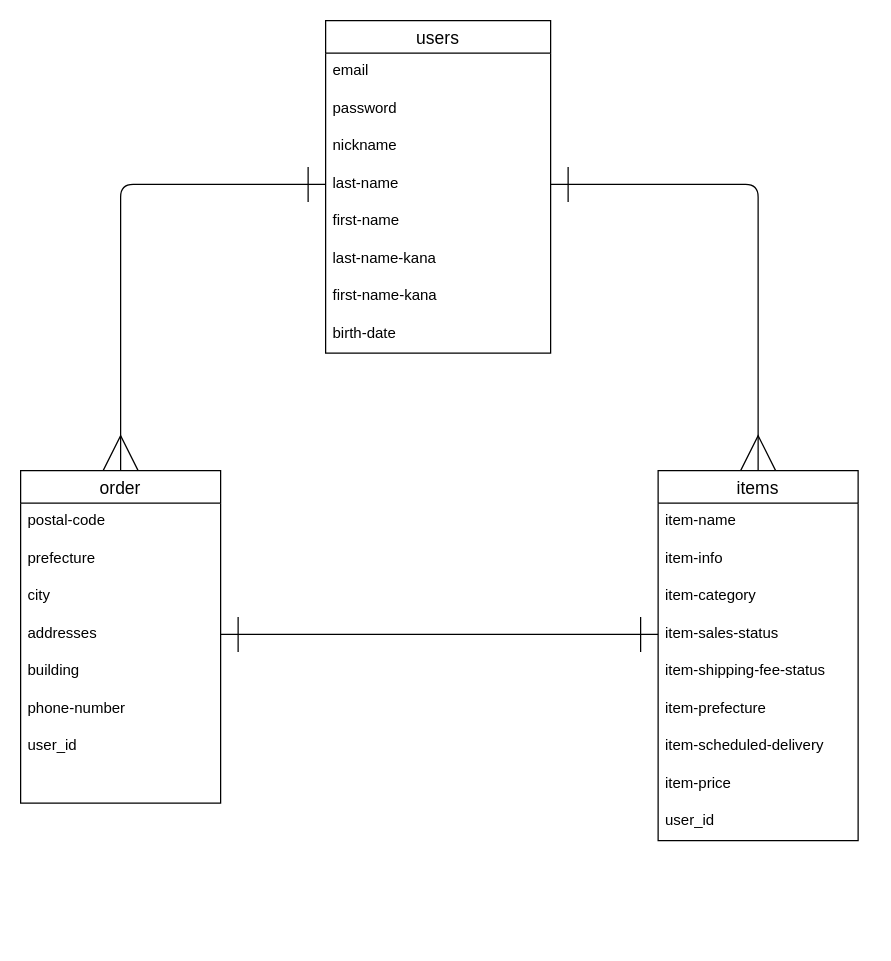
This is ER.dio from bignyokki/furima-37333, a draw.io file, before an edit. Source tidied: cells renumbered, new cells numbered last; positions are measured from the earlier drawing's top-left corner, leaving out a move shared by most shapes. Both pictures are drawn from the tidied source at 125%, with x=0, y=0 at pixel (20, 20).
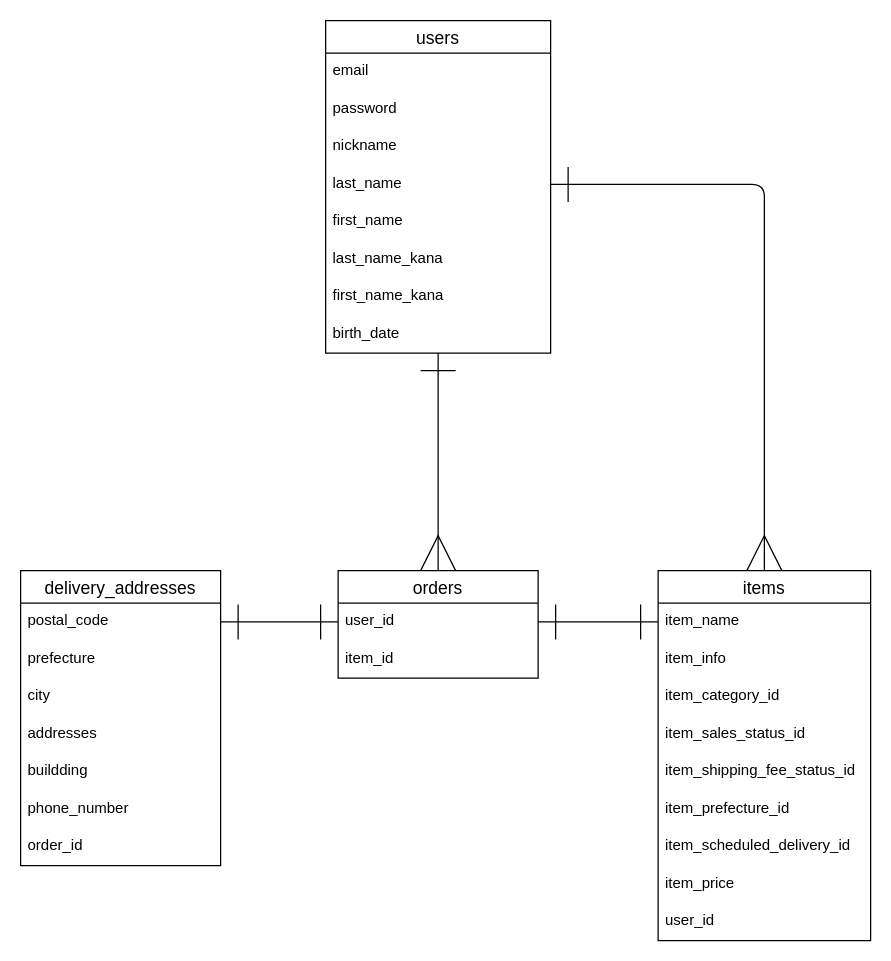
The same page after the edit.

Commit message (it also covers changes not shown here):
テーブル設計の修正

Unchanged cells that the change refers to:
```xml
<mxCell id="2" value="users" style="swimlane;fontStyle=0;horizontal=1;startSize=26;align=center;fontSize=14;" parent="1" vertex="1">
  <mxGeometry x="244" width="180" height="266" as="geometry" />
</mxCell>
```

Diff of the diagram source:
```diff
@@
-    <mxCell id="6" value="last-name" style="text;strokeColor=none;fillColor=none;spacingLeft=4;spacingRight=4;overflow=hidden;points=[[0,0.5],[1,0.5]];portConstraint=eastwest;fontSize=12;" parent="2" vertex="1">
+    <mxCell id="6" value="last_name" style="text;strokeColor=none;fillColor=none;spacingLeft=4;spacingRight=4;overflow=hidden;points=[[0,0.5],[1,0.5]];portConstraint=eastwest;fontSize=12;" parent="2" vertex="1">
       <mxGeometry y="116" width="180" height="30" as="geometry" />
     </mxCell>
-    <mxCell id="7" value="first-name" style="text;strokeColor=none;fillColor=none;spacingLeft=4;spacingRight=4;overflow=hidden;fontSize=12;" parent="2" vertex="1">
+    <mxCell id="7" value="first_name" style="text;strokeColor=none;fillColor=none;spacingLeft=4;spacingRight=4;overflow=hidden;fontSize=12;" parent="2" vertex="1">
       <mxGeometry y="146" width="180" height="30" as="geometry" />
     </mxCell>
-    <mxCell id="8" value="last-name-kana" style="text;strokeColor=none;fillColor=none;spacingLeft=4;spacingRight=4;overflow=hidden;fontSize=12;" parent="2" vertex="1">
+    <mxCell id="8" value="last_name_kana" style="text;strokeColor=none;fillColor=none;spacingLeft=4;spacingRight=4;overflow=hidden;fontSize=12;" parent="2" vertex="1">
       <mxGeometry y="176" width="180" height="30" as="geometry" />
     </mxCell>
-    <mxCell id="9" value="first-name-kana" style="text;strokeColor=none;fillColor=none;spacingLeft=4;spacingRight=4;overflow=hidden;fontSize=12;" parent="2" vertex="1">
+    <mxCell id="9" value="first_name_kana" style="text;strokeColor=none;fillColor=none;spacingLeft=4;spacingRight=4;overflow=hidden;fontSize=12;" parent="2" vertex="1">
       <mxGeometry y="206" width="180" height="30" as="geometry" />
     </mxCell>
-    <mxCell id="10" value="birth-date" style="text;strokeColor=none;fillColor=none;spacingLeft=4;spacingRight=4;overflow=hidden;points=[[0,0.5],[1,0.5]];portConstraint=eastwest;fontSize=12;" parent="2" vertex="1">
+    <mxCell id="10" value="birth_date" style="text;strokeColor=none;fillColor=none;spacingLeft=4;spacingRight=4;overflow=hidden;points=[[0,0.5],[1,0.5]];portConstraint=eastwest;fontSize=12;" parent="2" vertex="1">
       <mxGeometry y="236" width="180" height="30" as="geometry" />
     </mxCell>
@@
     <mxCell id="12" value="items" style="swimlane;fontStyle=0;horizontal=1;startSize=26;align=center;fontSize=14;" parent="1" vertex="1">
-      <mxGeometry x="510" y="360" width="160" height="296" as="geometry" />
+      <mxGeometry x="510" y="440" width="170" height="296" as="geometry" />
     </mxCell>
-    <mxCell id="13" value="item-name" style="text;strokeColor=none;fillColor=none;spacingLeft=4;spacingRight=4;overflow=hidden;points=[[0,0.5],[1,0.5]];portConstraint=eastwest;fontSize=12;" parent="12" vertex="1">
-      <mxGeometry y="26" width="160" height="30" as="geometry" />
+    <mxCell id="13" value="item_name" style="text;strokeColor=none;fillColor=none;spacingLeft=4;spacingRight=4;overflow=hidden;points=[[0,0.5],[1,0.5]];portConstraint=eastwest;fontSize=12;" parent="12" vertex="1">
+      <mxGeometry y="26" width="170" height="30" as="geometry" />
     </mxCell>
-    <mxCell id="14" value="item-info" style="text;strokeColor=none;fillColor=none;spacingLeft=4;spacingRight=4;overflow=hidden;fontSize=12;" parent="12" vertex="1">
-      <mxGeometry y="56" width="160" height="30" as="geometry" />
+    <mxCell id="14" value="item_info" style="text;strokeColor=none;fillColor=none;spacingLeft=4;spacingRight=4;overflow=hidden;fontSize=12;" parent="12" vertex="1">
+      <mxGeometry y="56" width="170" height="30" as="geometry" />
     </mxCell>
-    <mxCell id="15" value="item-category" style="text;strokeColor=none;fillColor=none;spacingLeft=4;spacingRight=4;overflow=hidden;fontSize=12;" parent="12" vertex="1">
-      <mxGeometry y="86" width="160" height="30" as="geometry" />
+    <mxCell id="15" value="item_category_id" style="text;strokeColor=none;fillColor=none;spacingLeft=4;spacingRight=4;overflow=hidden;fontSize=12;" parent="12" vertex="1">
+      <mxGeometry y="86" width="170" height="30" as="geometry" />
     </mxCell>
-    <mxCell id="16" value="item-sales-status" style="text;strokeColor=none;fillColor=none;spacingLeft=4;spacingRight=4;overflow=hidden;points=[[0,0.5],[1,0.5]];portConstraint=eastwest;fontSize=12;" parent="12" vertex="1">
-      <mxGeometry y="116" width="160" height="30" as="geometry" />
+    <mxCell id="16" value="item_sales_status_id" style="text;strokeColor=none;fillColor=none;spacingLeft=4;spacingRight=4;overflow=hidden;points=[[0,0.5],[1,0.5]];portConstraint=eastwest;fontSize=12;" parent="12" vertex="1">
+      <mxGeometry y="116" width="170" height="30" as="geometry" />
     </mxCell>
-    <mxCell id="17" value="item-shipping-fee-status" style="text;strokeColor=none;fillColor=none;spacingLeft=4;spacingRight=4;overflow=hidden;fontSize=12;" parent="12" vertex="1">
-      <mxGeometry y="146" width="160" height="30" as="geometry" />
+    <mxCell id="17" value="item_shipping_fee_status_id" style="text;strokeColor=none;fillColor=none;spacingLeft=4;spacingRight=4;overflow=hidden;fontSize=12;" parent="12" vertex="1">
+      <mxGeometry y="146" width="170" height="30" as="geometry" />
     </mxCell>
-    <mxCell id="18" value="item-prefecture" style="text;strokeColor=none;fillColor=none;spacingLeft=4;spacingRight=4;overflow=hidden;fontSize=12;" parent="12" vertex="1">
-      <mxGeometry y="176" width="160" height="30" as="geometry" />
+    <mxCell id="18" value="item_prefecture_id" style="text;strokeColor=none;fillColor=none;spacingLeft=4;spacingRight=4;overflow=hidden;fontSize=12;" parent="12" vertex="1">
+      <mxGeometry y="176" width="170" height="30" as="geometry" />
     </mxCell>
-    <mxCell id="19" value="item-scheduled-delivery" style="text;strokeColor=none;fillColor=none;spacingLeft=4;spacingRight=4;overflow=hidden;fontSize=12;" parent="12" vertex="1">
-      <mxGeometry y="206" width="160" height="30" as="geometry" />
+    <mxCell id="19" value="item_scheduled_delivery_id" style="text;strokeColor=none;fillColor=none;spacingLeft=4;spacingRight=4;overflow=hidden;fontSize=12;" parent="12" vertex="1">
+      <mxGeometry y="206" width="170" height="30" as="geometry" />
     </mxCell>
-    <mxCell id="20" value="item-price" style="text;strokeColor=none;fillColor=none;spacingLeft=4;spacingRight=4;overflow=hidden;fontSize=12;" parent="12" vertex="1">
-      <mxGeometry y="236" width="160" height="30" as="geometry" />
+    <mxCell id="20" value="item_price" style="text;strokeColor=none;fillColor=none;spacingLeft=4;spacingRight=4;overflow=hidden;fontSize=12;" parent="12" vertex="1">
+      <mxGeometry y="236" width="170" height="30" as="geometry" />
     </mxCell>
     <mxCell id="21" value="user_id" style="text;strokeColor=none;fillColor=none;spacingLeft=4;spacingRight=4;overflow=hidden;fontSize=12;" parent="12" vertex="1">
-      <mxGeometry y="266" width="160" height="30" as="geometry" />
+      <mxGeometry y="266" width="170" height="30" as="geometry" />
     </mxCell>
+    <mxCell id="33" style="edgeStyle=none;html=1;exitX=0.5;exitY=0;exitDx=0;exitDy=0;startArrow=ERmany;startFill=0;endSize=26;startSize=26;endArrow=ERone;endFill=0;" parent="1" edge="1" source="22" target="10">
+      <mxGeometry relative="1" as="geometry" />
+    </mxCell>
-    <mxCell id="22" value="order" style="swimlane;fontStyle=0;horizontal=1;startSize=26;align=center;fontSize=14;" parent="1" vertex="1">
-      <mxGeometry y="360" width="160" height="266" as="geometry" />
+    <mxCell id="22" value="orders" style="swimlane;fontStyle=0;horizontal=1;startSize=26;align=center;fontSize=14;" parent="1" vertex="1">
+      <mxGeometry x="254" y="440" width="160" height="86" as="geometry" />
     </mxCell>
-    <mxCell id="23" value="postal-code" style="text;strokeColor=none;fillColor=none;spacingLeft=4;spacingRight=4;overflow=hidden;points=[[0,0.5],[1,0.5]];portConstraint=eastwest;fontSize=12;" parent="22" vertex="1">
+    <mxCell id="23" value="user_id" style="text;strokeColor=none;fillColor=none;spacingLeft=4;spacingRight=4;overflow=hidden;points=[[0,0.5],[1,0.5]];portConstraint=eastwest;fontSize=12;" parent="22" vertex="1">
       <mxGeometry y="26" width="160" height="30" as="geometry" />
     </mxCell>
+    <mxCell id="34" value="item_id" style="text;strokeColor=none;fillColor=none;spacingLeft=4;spacingRight=4;overflow=hidden;fontSize=12;" parent="22" vertex="1">
+      <mxGeometry y="56" width="160" height="30" as="geometry" />
+    </mxCell>
+    <mxCell id="32" style="edgeStyle=orthogonalEdgeStyle;html=1;exitX=1;exitY=0.5;exitDx=0;exitDy=0;entryX=0;entryY=0.5;entryDx=0;entryDy=0;startArrow=ERone;startFill=0;endArrow=ERone;endFill=0;startSize=26;endSize=26;strokeColor=default;strokeWidth=1;" parent="1" edge="1" target="16">
+      <mxGeometry relative="1" as="geometry" />
+    </mxCell>
+    <mxCell id="35" value="delivery_addresses" style="swimlane;fontStyle=0;horizontal=1;startSize=26;align=center;fontSize=14;fontColor=default;" parent="1" vertex="1">
+      <mxGeometry y="440" width="160" height="236" as="geometry" />
+    </mxCell>
+    <mxCell id="36" value="postal_code" style="text;strokeColor=none;fillColor=none;spacingLeft=4;spacingRight=4;overflow=hidden;points=[[0,0.5],[1,0.5]];portConstraint=eastwest;fontSize=12;" parent="35" vertex="1">
+      <mxGeometry y="26" width="160" height="30" as="geometry" />
+    </mxCell>
-    <mxCell id="24" value="prefecture" style="text;strokeColor=none;fillColor=none;spacingLeft=4;spacingRight=4;overflow=hidden;fontSize=12;" parent="22" vertex="1">
+    <mxCell id="24" value="prefecture" style="text;strokeColor=none;fillColor=none;spacingLeft=4;spacingRight=4;overflow=hidden;fontSize=12;" parent="35" vertex="1">
       <mxGeometry y="56" width="160" height="30" as="geometry" />
     </mxCell>
-    <mxCell id="25" value="city" style="text;strokeColor=none;fillColor=none;spacingLeft=4;spacingRight=4;overflow=hidden;fontSize=12;" parent="22" vertex="1">
+    <mxCell id="25" value="city" style="text;strokeColor=none;fillColor=none;spacingLeft=4;spacingRight=4;overflow=hidden;fontSize=12;" parent="35" vertex="1">
       <mxGeometry y="86" width="160" height="30" as="geometry" />
     </mxCell>
-    <mxCell id="26" value="addresses" style="text;strokeColor=none;fillColor=none;spacingLeft=4;spacingRight=4;overflow=hidden;points=[[0,0.5],[1,0.5]];portConstraint=eastwest;fontSize=12;" parent="22" vertex="1">
+    <mxCell id="26" value="addresses" style="text;strokeColor=none;fillColor=none;spacingLeft=4;spacingRight=4;overflow=hidden;points=[[0,0.5],[1,0.5]];portConstraint=eastwest;fontSize=12;" parent="35" vertex="1">
       <mxGeometry y="116" width="160" height="30" as="geometry" />
     </mxCell>
-    <mxCell id="27" value="building" style="text;strokeColor=none;fillColor=none;spacingLeft=4;spacingRight=4;overflow=hidden;fontSize=12;" parent="22" vertex="1">
-      <mxGeometry y="146" width="160" height="30" as="geometry" />
-    </mxCell>
-    <mxCell id="28" value="phone-number" style="text;strokeColor=none;fillColor=none;spacingLeft=4;spacingRight=4;overflow=hidden;fontSize=12;" parent="22" vertex="1">
-      <mxGeometry y="176" width="160" height="30" as="geometry" />
-    </mxCell>
-    <mxCell id="29" value="user_id" style="text;strokeColor=none;fillColor=none;spacingLeft=4;spacingRight=4;overflow=hidden;fontSize=12;" parent="22" vertex="1">
-      <mxGeometry y="206" width="160" height="30" as="geometry" />
-    </mxCell>
-    <mxCell id="30" style="text;strokeColor=none;fillColor=none;spacingLeft=4;spacingRight=4;overflow=hidden;fontSize=12;" parent="22" vertex="1">
-      <mxGeometry y="236" width="160" height="30" as="geometry" />
-    </mxCell>
-    <mxCell id="31" style="edgeStyle=orthogonalEdgeStyle;fontSize=12;html=1;endArrow=ERone;endFill=1;endSize=26;strokeColor=default;strokeWidth=1;entryX=0;entryY=0.5;entryDx=0;entryDy=0;exitX=0.5;exitY=0;exitDx=0;exitDy=0;startArrow=ERmany;startFill=0;startSize=26;" parent="1" edge="1" source="22" target="6">
-      <mxGeometry relative="1" as="geometry" />
-    </mxCell>
-    <mxCell id="32" style="edgeStyle=orthogonalEdgeStyle;html=1;exitX=1;exitY=0.5;exitDx=0;exitDy=0;entryX=0;entryY=0.5;entryDx=0;entryDy=0;startArrow=ERone;startFill=0;endArrow=ERone;endFill=0;startSize=26;endSize=26;strokeColor=default;strokeWidth=1;" parent="1" edge="1" source="26" target="16">
-      <mxGeometry relative="1" as="geometry" />
-    </mxCell>
+    <mxCell id="37" value="buildding" style="text;strokeColor=none;fillColor=none;spacingLeft=4;spacingRight=4;overflow=hidden;fontSize=12;" parent="35" vertex="1">
+      <mxGeometry y="146" width="160" height="30" as="geometry" />
+    </mxCell>
+    <mxCell id="38" value="phone_number" style="text;strokeColor=none;fillColor=none;spacingLeft=4;spacingRight=4;overflow=hidden;fontSize=12;" parent="35" vertex="1">
+      <mxGeometry y="176" width="160" height="30" as="geometry" />
+    </mxCell>
+    <mxCell id="39" value="order_id" style="text;strokeColor=none;fillColor=none;spacingLeft=4;spacingRight=4;overflow=hidden;fontSize=12;" parent="35" vertex="1">
+      <mxGeometry y="206" width="160" height="30" as="geometry" />
+    </mxCell>
+    <mxCell id="40" style="edgeStyle=none;html=1;exitX=1;exitY=0.5;exitDx=0;exitDy=0;entryX=0;entryY=0.5;entryDx=0;entryDy=0;startArrow=ERone;startFill=0;endArrow=ERone;endFill=0;startSize=26;endSize=26;" parent="1" edge="1" source="23" target="13">
+      <mxGeometry relative="1" as="geometry" />
+    </mxCell>
+    <mxCell id="41" style="edgeStyle=none;html=1;exitX=0;exitY=0.5;exitDx=0;exitDy=0;entryX=1;entryY=0.5;entryDx=0;entryDy=0;startArrow=ERone;startFill=0;endArrow=ERone;endFill=0;startSize=26;endSize=26;" parent="1" edge="1" source="23" target="36">
+      <mxGeometry relative="1" as="geometry" />
+    </mxCell>
```
